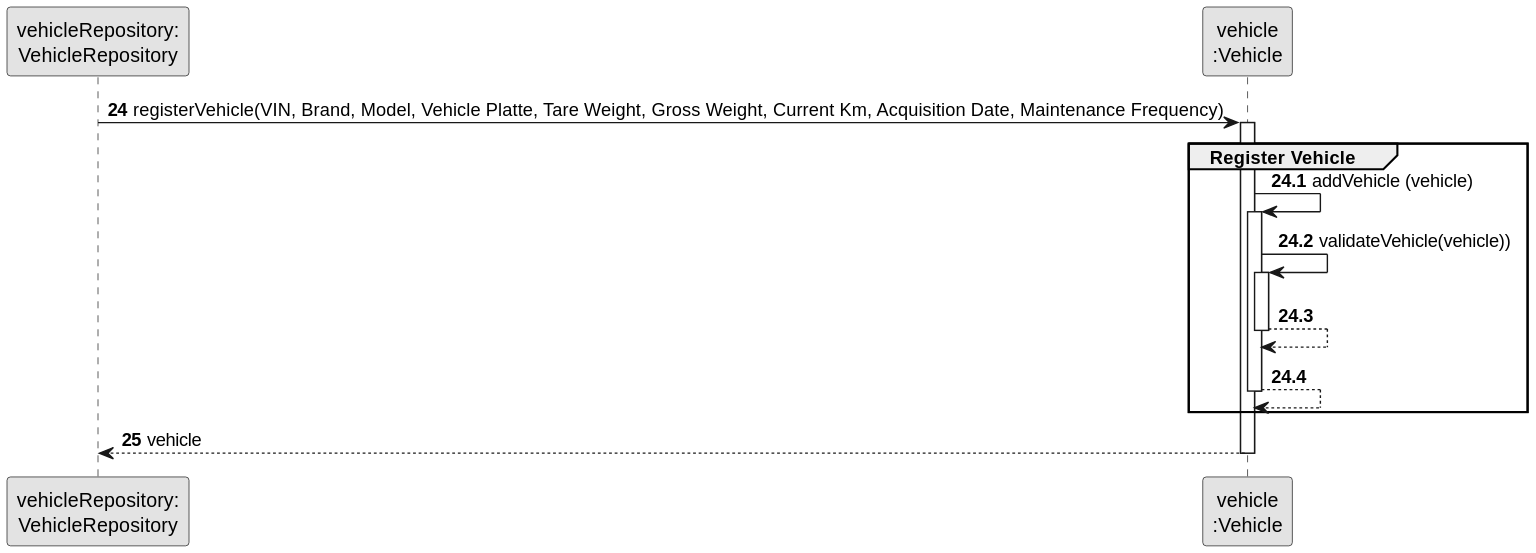
Above: docs/sprintB/us006/03.design/svg/us006-sequence-diagram-partial-register-vehicle.svg in ricardomm7/leaflink (PlantUML), before the change.
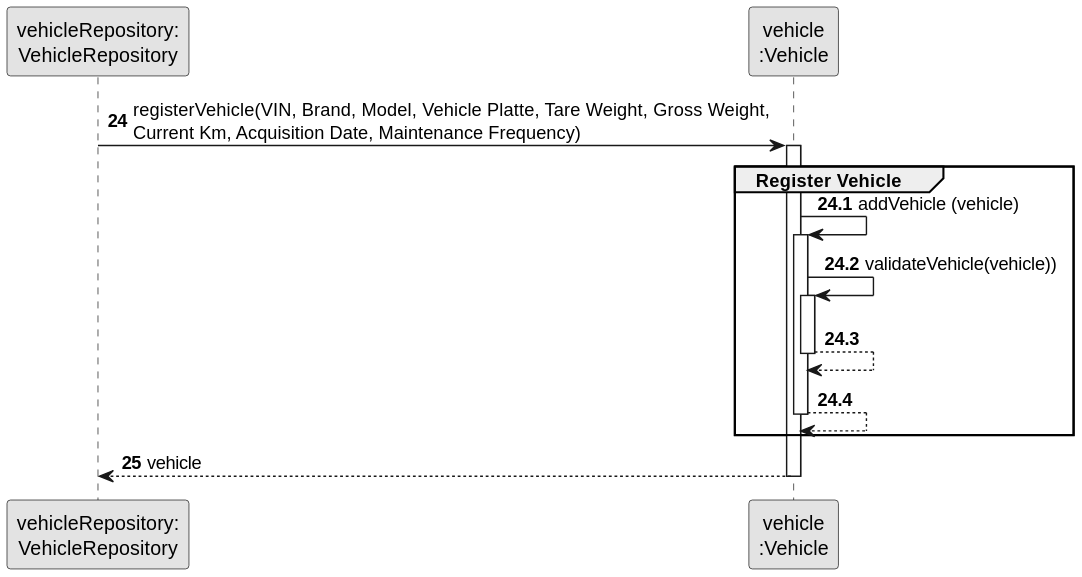
Later version of the same file.

Diff of the diagram source:
```diff
@@ -7,7 +7,7 @@
 participant "vehicle\n:Vehicle" as VEI
 
 autonumber 24
-VehicleRepository -> VEI: registerVehicle(VIN, Brand, Model, Vehicle Platte, Tare Weight, Gross Weight, Current Km, Acquisition Date, Maintenance Frequency)
+VehicleRepository -> VEI: registerVehicle(VIN, Brand, Model, Vehicle Platte, Tare Weight, Gross Weight,\nCurrent Km, Acquisition Date, Maintenance Frequency)
 
 autonumber 24.1
 activate VEI
```
